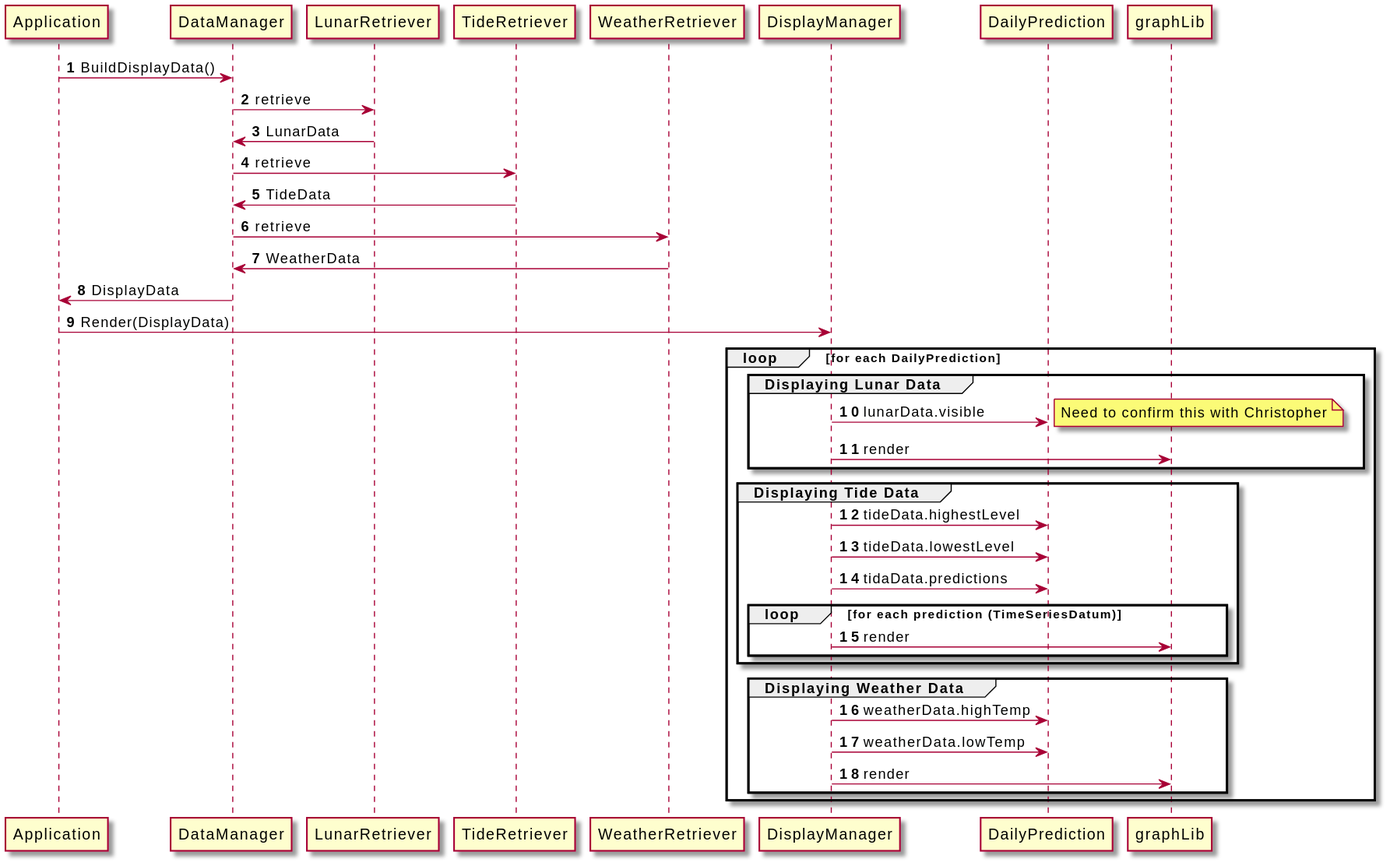
Before: docs/DisplayUpdateSequence.svg, a diagram exported from PlantUML (ciroque/tidal).
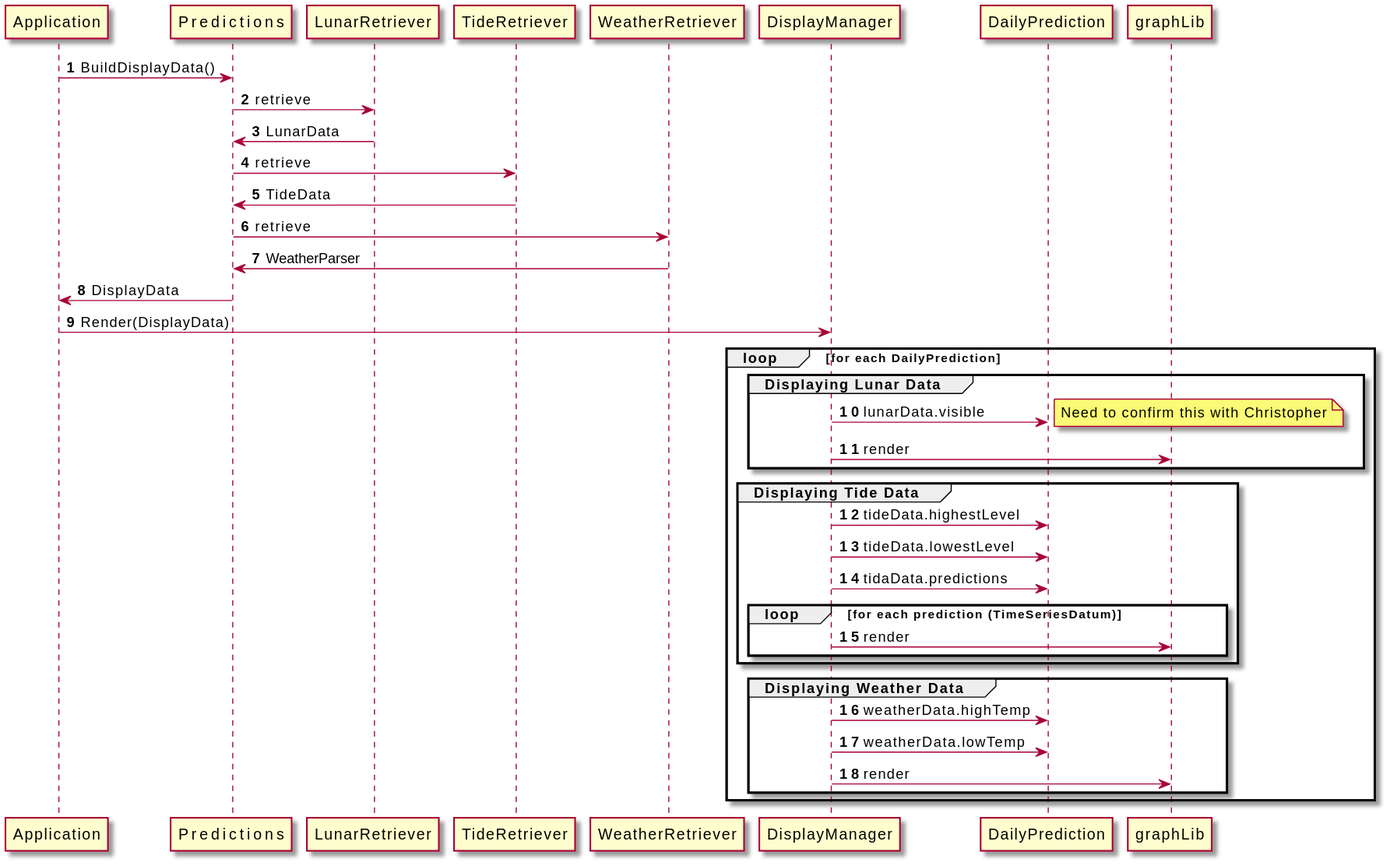
The same file after the commit.

What changed in the source:
```diff
@@ -2,18 +2,18 @@
 
 autonumber
 
-Application -> DataManager : BuildDisplayData()
+Application -> Predictions : BuildDisplayData()
 
-DataManager -> LunarRetriever : retrieve
-DataManager <- LunarRetriever : LunarData
+Predictions -> LunarRetriever : retrieve
+Predictions <- LunarRetriever : LunarData
 
-DataManager -> TideRetriever : retrieve
-DataManager <- TideRetriever : TideData
+Predictions -> TideRetriever : retrieve
+Predictions <- TideRetriever : TideData
 
-DataManager -> WeatherRetriever : retrieve
-DataManager <- WeatherRetriever : WeatherData
+Predictions -> WeatherRetriever : retrieve
+Predictions <- WeatherRetriever : WeatherParser
 
-Application <- DataManager : DisplayData
+Application <- Predictions : DisplayData
 
 Application -> DisplayManager : Render(DisplayData)
     loop for each DailyPrediction
```
